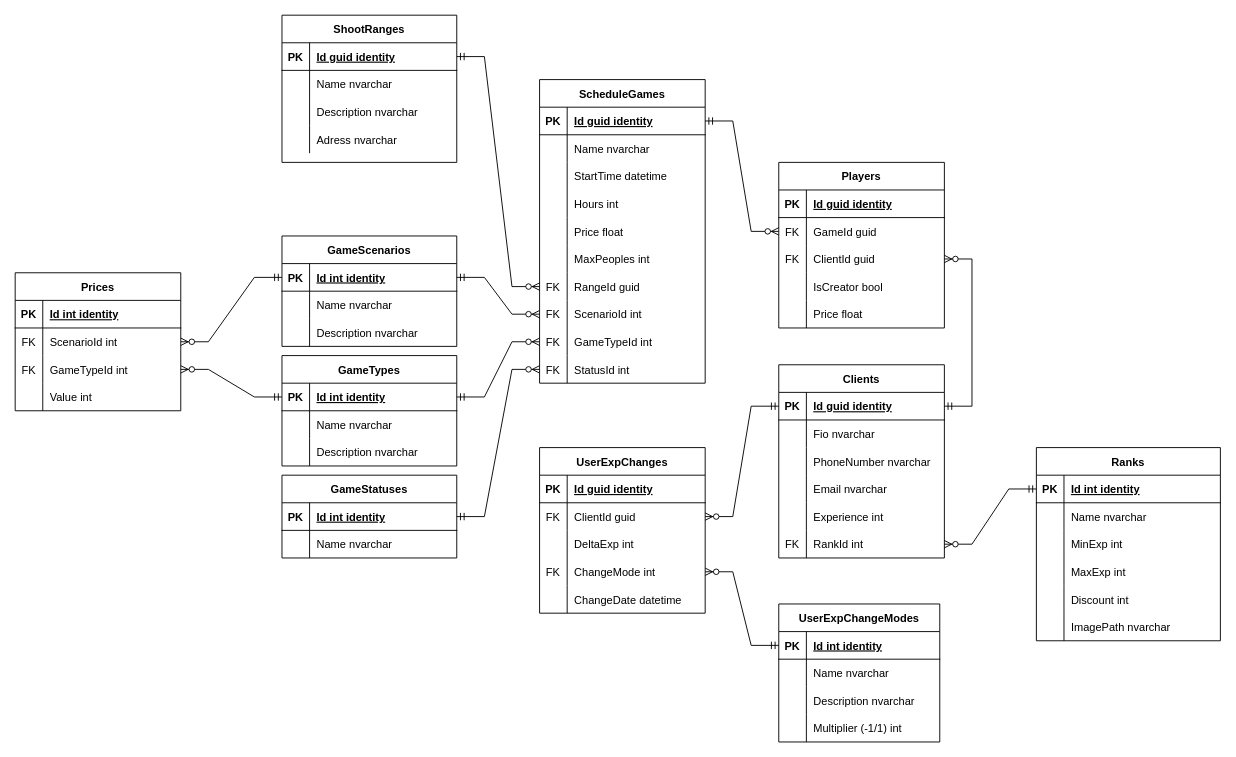
Earlier version of the draw.io diagram Docs/ERD.drawio (swyatow/Diploma). Source tidied: cells renumbered, new cells numbered last; positions are measured from the earlier drawing's top-left corner, leaving out a move shared by most shapes. Both pictures are drawn from the tidied source at 92%, with x=0, y=0 at pixel (15, 15).
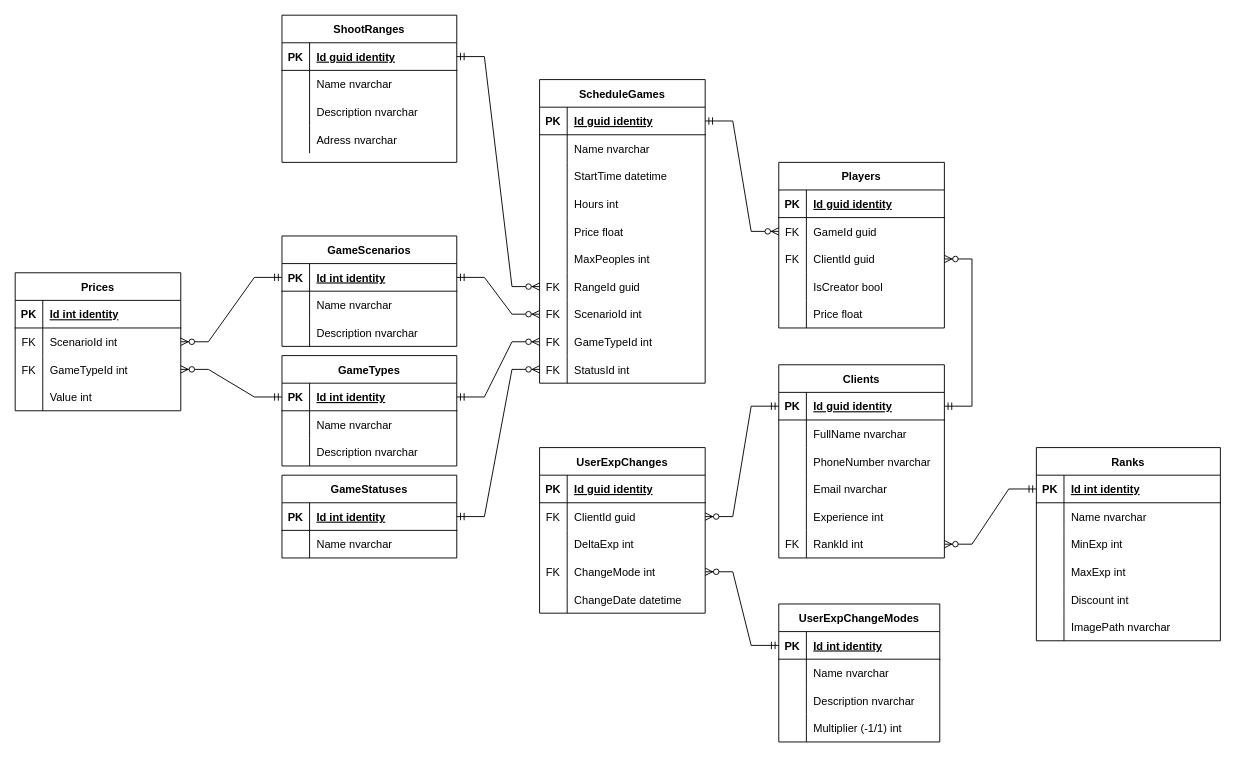
Above is the later version.

Unchanged cells that the change refers to:
```xml
<mxCell id="19" style="shape=tableRow;horizontal=0;startSize=0;swimlaneHead=0;swimlaneBody=0;fillColor=none;top=0;left=0;right=0;bottom=0;" parent="15" vertex="1">
  <mxGeometry y="60" width="180" height="30" as="geometry" />
</mxCell>
```

Diff of the diagram source:
```diff
@@
-    <mxCell id="21" value="Fio nvarchar" style="shape=partialRectangle;fillColor=none;top=0;left=0;bottom=0;right=0;align=left;spacingLeft=6;overflow=hidden;" parent="19" vertex="1">
+    <mxCell id="21" value="FullName nvarchar" style="shape=partialRectangle;fillColor=none;top=0;left=0;bottom=0;right=0;align=left;spacingLeft=6;overflow=hidden;" parent="19" vertex="1">
       <mxGeometry x="30" width="150" height="30" as="geometry" />
     </mxCell>
```
